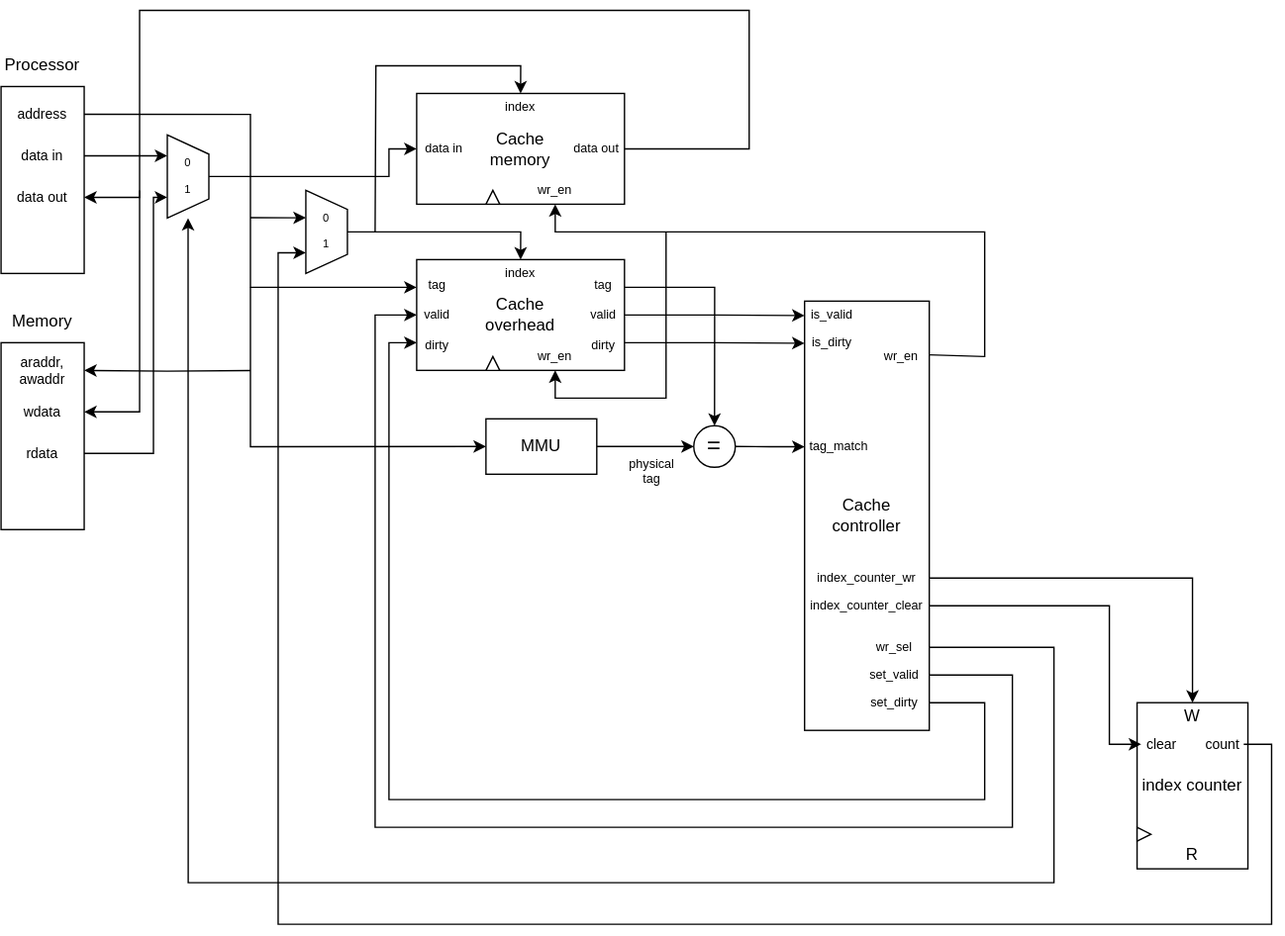
Before: Tayyab/Cache/docs/images/cache_datapath.drawio.svg, a diagram exported from draw.io (medsuet/Xcelerium-IC-Design-Training). Source tidied: cells renumbered, new cells last; positions are measured from the earlier drawing's top-left corner, leaving out a move shared by most shapes.
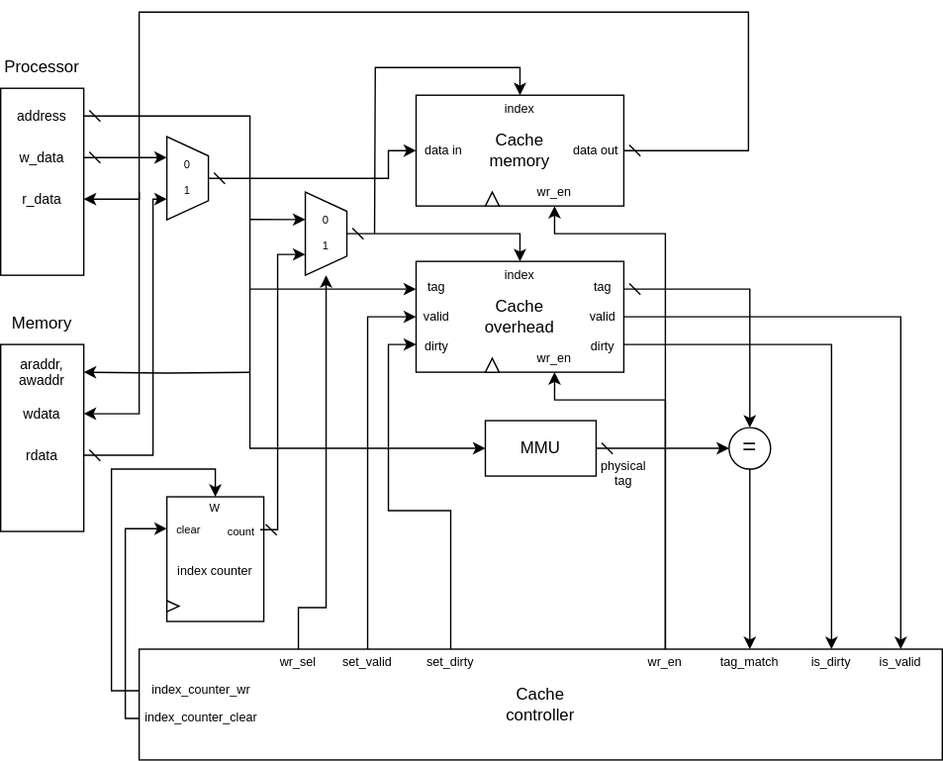
The same file after the commit.

Diff of the diagram source:
```diff
@@ -4,9 +4,7 @@
     <mxCell id="1" parent="0" />
-    <mxCell id="2" style="edgeStyle=orthogonalEdgeStyle;rounded=0;jettySize=auto;html=1;exitX=1;exitY=0.5;exitDx=0;exitDy=0;" parent="1" edge="1" source="3">
-      <mxGeometry relative="1" as="geometry">
-        <mxPoint x="580" y="315.2" as="targetPoint" />
-      </mxGeometry>
-    </mxCell>
+    <mxCell id="72" style="edgeStyle=orthogonalEdgeStyle;rounded=0;jettySize=auto;html=1;exitX=0.5;exitY=1;exitDx=0;exitDy=0;" parent="1" edge="1" source="3" target="49">
+      <mxGeometry relative="1" as="geometry" />
+    </mxCell>
     <mxCell id="3" value="=" style="ellipse;whiteSpace=wrap;html=1;fontSize=17;" parent="1" vertex="1">
-      <mxGeometry x="500" y="300" width="30" height="30" as="geometry" />
+      <mxGeometry x="526" y="300" width="30" height="30" as="geometry" />
     </mxCell>
@@ -18,6 +16,6 @@
     </mxCell>
-    <mxCell id="6" style="edgeStyle=orthogonalEdgeStyle;rounded=0;jettySize=auto;html=1;exitX=1;exitY=0.5;exitDx=0;exitDy=0;entryX=0.75;entryY=1;entryDx=0;entryDy=0;entryPerimeter=0;" parent="1" edge="1" source="7" target="52">
+    <mxCell id="6" style="edgeStyle=orthogonalEdgeStyle;rounded=0;jettySize=auto;html=1;exitX=1;exitY=0.5;exitDx=0;exitDy=0;entryX=0.75;entryY=1;entryDx=0;entryDy=0;entryPerimeter=0;startArrow=dash;startFill=0;" parent="1" edge="1" source="7" target="52">
       <mxGeometry relative="1" as="geometry" />
     </mxCell>
-    <mxCell id="7" value="data in" style="text;html=1;align=center;verticalAlign=middle;whiteSpace=wrap;rounded=0;fontSize=10;" parent="1" vertex="1">
+    <mxCell id="7" value="w_data" style="text;html=1;align=center;verticalAlign=middle;whiteSpace=wrap;rounded=0;fontSize=10;" parent="1" vertex="1">
       <mxGeometry y="90" width="60" height="30" as="geometry" />
@@ -27,3 +25,3 @@
     </mxCell>
-    <mxCell id="9" style="edgeStyle=orthogonalEdgeStyle;rounded=0;jettySize=auto;html=1;exitX=1;exitY=0.5;exitDx=0;exitDy=0;entryX=1;entryY=0.5;entryDx=0;entryDy=0;" parent="1" edge="1" source="15" target="10">
+    <mxCell id="9" style="edgeStyle=orthogonalEdgeStyle;rounded=0;jettySize=auto;html=1;exitX=1;exitY=0.5;exitDx=0;exitDy=0;entryX=1;entryY=0.5;entryDx=0;entryDy=0;startArrow=dash;startFill=0;" parent="1" edge="1" source="15" target="10">
       <mxGeometry relative="1" as="geometry">
@@ -37,3 +35,3 @@
     </mxCell>
-    <mxCell id="10" value="data out" style="text;html=1;align=center;verticalAlign=middle;whiteSpace=wrap;rounded=0;fontSize=10;" parent="1" vertex="1">
+    <mxCell id="10" value="r_data" style="text;html=1;align=center;verticalAlign=middle;whiteSpace=wrap;rounded=0;fontSize=10;" parent="1" vertex="1">
       <mxGeometry y="120" width="60" height="30" as="geometry" />
@@ -78,12 +76,2 @@
     </mxCell>
-    <mxCell id="23" style="edgeStyle=orthogonalEdgeStyle;rounded=0;jettySize=auto;html=1;exitX=1;exitY=0.5;exitDx=0;exitDy=0;" parent="19" edge="1" source="25">
-      <mxGeometry relative="1" as="geometry">
-        <mxPoint x="280" y="40.4" as="targetPoint" />
-      </mxGeometry>
-    </mxCell>
-    <mxCell id="24" style="edgeStyle=orthogonalEdgeStyle;rounded=0;jettySize=auto;html=1;exitX=1;exitY=0.75;exitDx=0;exitDy=0;" parent="19" edge="1" source="25">
-      <mxGeometry relative="1" as="geometry">
-        <mxPoint x="280" y="60.4" as="targetPoint" />
-      </mxGeometry>
-    </mxCell>
     <mxCell id="25" value="tag&lt;div&gt;&lt;br&gt;&lt;div&gt;&lt;div&gt;valid&lt;/div&gt;&lt;div&gt;&lt;br&gt;&lt;/div&gt;&lt;div&gt;dirty&lt;/div&gt;&lt;/div&gt;&lt;/div&gt;" style="text;html=1;align=center;verticalAlign=middle;whiteSpace=wrap;rounded=0;fontSize=9;" parent="19" vertex="1">
@@ -94,11 +82,2 @@
     </mxCell>
-    <mxCell id="27" style="edgeStyle=orthogonalEdgeStyle;rounded=0;jettySize=auto;html=1;exitX=0.5;exitY=1;exitDx=0;exitDy=0;entryX=0.5;entryY=1;entryDx=0;entryDy=0;" parent="19" edge="1" target="28">
-      <mxGeometry relative="1" as="geometry">
-        <mxPoint x="180" y="-20" as="sourcePoint" />
-        <Array as="points">
-          <mxPoint x="180" y="100" />
-          <mxPoint x="100" y="100" />
-        </Array>
-      </mxGeometry>
-    </mxCell>
     <mxCell id="28" value="wr_en" style="text;html=1;align=center;verticalAlign=middle;whiteSpace=wrap;rounded=0;fontSize=9;" parent="19" vertex="1">
@@ -106,3 +85,3 @@
     </mxCell>
-    <mxCell id="29" style="edgeStyle=orthogonalEdgeStyle;rounded=0;jettySize=auto;html=1;exitX=1;exitY=0.25;exitDx=0;exitDy=0;entryX=0.5;entryY=0;entryDx=0;entryDy=0;" parent="1" edge="1" source="25" target="3">
+    <mxCell id="29" style="edgeStyle=orthogonalEdgeStyle;rounded=0;jettySize=auto;html=1;exitX=1;exitY=0.25;exitDx=0;exitDy=0;entryX=0.5;entryY=0;entryDx=0;entryDy=0;startArrow=dash;startFill=0;" parent="1" edge="1" source="25" target="3">
       <mxGeometry relative="1" as="geometry" />
@@ -110,3 +89,3 @@
     <mxCell id="30" value="Cache&lt;div&gt;controller&lt;/div&gt;" style="rounded=0;whiteSpace=wrap;html=1;" parent="1" vertex="1">
-      <mxGeometry x="580" y="210" width="90" height="310" as="geometry" />
+      <mxGeometry x="100" y="460" width="580" height="80" as="geometry" />
     </mxCell>
@@ -141,32 +120,3 @@
     </mxCell>
-    <mxCell id="38" style="edgeStyle=orthogonalEdgeStyle;rounded=0;jettySize=auto;html=1;exitX=1;exitY=0.125;exitDx=0;exitDy=0;entryX=0.5;entryY=1;entryDx=0;entryDy=0;exitPerimeter=0;" parent="1" edge="1" source="30" target="18">
-      <mxGeometry relative="1" as="geometry">
-        <Array as="points">
-          <mxPoint x="710" y="250" />
-          <mxPoint x="710" y="160" />
-          <mxPoint x="400" y="160" />
-        </Array>
-      </mxGeometry>
-    </mxCell>
-    <mxCell id="39" style="edgeStyle=orthogonalEdgeStyle;rounded=0;jettySize=auto;html=1;exitX=1;exitY=0.5;exitDx=0;exitDy=0;entryX=0;entryY=0.5;entryDx=0;entryDy=0;" parent="1" edge="1" source="47" target="26">
-      <mxGeometry relative="1" as="geometry">
-        <Array as="points">
-          <mxPoint x="730" y="480" />
-          <mxPoint x="730" y="590" />
-          <mxPoint x="270" y="590" />
-          <mxPoint x="270" y="220" />
-        </Array>
-      </mxGeometry>
-    </mxCell>
-    <mxCell id="40" style="edgeStyle=orthogonalEdgeStyle;rounded=0;jettySize=auto;html=1;exitX=1;exitY=0.5;exitDx=0;exitDy=0;entryX=0;entryY=0.75;entryDx=0;entryDy=0;" parent="1" edge="1" source="48" target="26">
-      <mxGeometry relative="1" as="geometry">
-        <Array as="points">
-          <mxPoint x="710" y="500" />
-          <mxPoint x="710" y="570" />
-          <mxPoint x="280" y="570" />
-          <mxPoint x="280" y="240" />
-        </Array>
-      </mxGeometry>
-    </mxCell>
-    <mxCell id="41" style="edgeStyle=orthogonalEdgeStyle;rounded=0;jettySize=auto;html=1;entryX=0;entryY=0.5;entryDx=0;entryDy=0;" parent="1" edge="1" source="43" target="3">
+    <mxCell id="41" style="edgeStyle=orthogonalEdgeStyle;rounded=0;jettySize=auto;html=1;entryX=0;entryY=0.5;entryDx=0;entryDy=0;startArrow=dash;startFill=0;" parent="1" edge="1" source="43" target="3">
       <mxGeometry relative="1" as="geometry" />
@@ -184,21 +134,43 @@
     </mxCell>
+    <mxCell id="73" style="edgeStyle=orthogonalEdgeStyle;rounded=0;jettySize=auto;html=1;exitX=0.5;exitY=0;exitDx=0;exitDy=0;entryX=0.5;entryY=1;entryDx=0;entryDy=0;" parent="1" edge="1" source="44" target="28">
+      <mxGeometry relative="1" as="geometry">
+        <Array as="points">
+          <mxPoint x="480" y="280" />
+          <mxPoint x="400" y="280" />
+        </Array>
+      </mxGeometry>
+    </mxCell>
+    <mxCell id="74" style="edgeStyle=orthogonalEdgeStyle;rounded=0;jettySize=auto;html=1;exitX=0.5;exitY=0;exitDx=0;exitDy=0;entryX=0.5;entryY=1;entryDx=0;entryDy=0;" parent="1" edge="1" source="44" target="18">
+      <mxGeometry relative="1" as="geometry">
+        <Array as="points">
+          <mxPoint x="480" y="160" />
+          <mxPoint x="400" y="160" />
+        </Array>
+      </mxGeometry>
+    </mxCell>
     <mxCell id="44" value="wr_en" style="text;html=1;align=center;verticalAlign=middle;whiteSpace=wrap;rounded=0;fontSize=9;" parent="1" vertex="1">
-      <mxGeometry x="630" y="240" width="40" height="20" as="geometry" />
+      <mxGeometry x="460" y="460" width="40" height="20" as="geometry" />
     </mxCell>
     <mxCell id="45" value="is_valid" style="text;html=1;align=center;verticalAlign=middle;whiteSpace=wrap;rounded=0;fontSize=9;" parent="1" vertex="1">
-      <mxGeometry x="580" y="210" width="40" height="20" as="geometry" />
+      <mxGeometry x="630" y="460" width="40" height="20" as="geometry" />
     </mxCell>
     <mxCell id="46" value="is_dirty" style="text;html=1;align=center;verticalAlign=middle;whiteSpace=wrap;rounded=0;fontSize=9;" parent="1" vertex="1">
-      <mxGeometry x="580" y="230" width="40" height="20" as="geometry" />
+      <mxGeometry x="580" y="460" width="40" height="20" as="geometry" />
     </mxCell>
+    <mxCell id="39" style="edgeStyle=orthogonalEdgeStyle;rounded=0;jettySize=auto;html=1;exitX=0.5;exitY=0;exitDx=0;exitDy=0;entryX=0;entryY=0.5;entryDx=0;entryDy=0;" parent="1" edge="1" source="47" target="26">
+      <mxGeometry relative="1" as="geometry" />
+    </mxCell>
     <mxCell id="47" value="set_valid" style="text;html=1;align=center;verticalAlign=middle;whiteSpace=wrap;rounded=0;fontSize=9;" parent="1" vertex="1">
-      <mxGeometry x="620" y="470" width="50" height="20" as="geometry" />
+      <mxGeometry x="240" y="460" width="50" height="20" as="geometry" />
     </mxCell>
+    <mxCell id="40" style="edgeStyle=orthogonalEdgeStyle;rounded=0;jettySize=auto;html=1;exitX=0.5;exitY=0;exitDx=0;exitDy=0;entryX=0;entryY=0.75;entryDx=0;entryDy=0;" parent="1" edge="1" source="48" target="26">
+      <mxGeometry relative="1" as="geometry" />
+    </mxCell>
     <mxCell id="48" value="set_dirty" style="text;html=1;align=center;verticalAlign=middle;whiteSpace=wrap;rounded=0;fontSize=9;" parent="1" vertex="1">
-      <mxGeometry x="620" y="490" width="50" height="20" as="geometry" />
+      <mxGeometry x="300" y="460" width="50" height="20" as="geometry" />
     </mxCell>
     <mxCell id="49" value="tag_match" style="text;html=1;align=center;verticalAlign=middle;whiteSpace=wrap;rounded=0;fontSize=9;" parent="1" vertex="1">
-      <mxGeometry x="580" y="305" width="50" height="20" as="geometry" />
+      <mxGeometry x="516" y="460" width="50" height="20" as="geometry" />
     </mxCell>
-    <mxCell id="50" style="edgeStyle=orthogonalEdgeStyle;rounded=0;jettySize=auto;html=1;exitX=0.5;exitY=0;exitDx=0;exitDy=0;exitPerimeter=0;entryX=0;entryY=0.5;entryDx=0;entryDy=0;" parent="1" edge="1" source="52" target="16">
+    <mxCell id="50" style="edgeStyle=orthogonalEdgeStyle;rounded=0;jettySize=auto;html=1;exitX=0.5;exitY=0;exitDx=0;exitDy=0;exitPerimeter=0;entryX=0;entryY=0.5;entryDx=0;entryDy=0;startArrow=dash;startFill=0;" parent="1" edge="1" source="52" target="16">
       <mxGeometry relative="1" as="geometry">
@@ -210,11 +182,2 @@
     </mxCell>
-    <mxCell id="51" style="edgeStyle=orthogonalEdgeStyle;rounded=0;jettySize=auto;html=1;exitX=1;exitY=0.5;exitDx=0;exitDy=0;entryX=0;entryY=0.5;entryDx=0;entryDy=0;entryPerimeter=0;" parent="1" edge="1" source="54" target="52">
-      <mxGeometry relative="1" as="geometry">
-        <Array as="points">
-          <mxPoint x="760" y="460" />
-          <mxPoint x="760" y="630" />
-          <mxPoint x="135" y="630" />
-        </Array>
-      </mxGeometry>
-    </mxCell>
     <mxCell id="52" value="&lt;font style=&quot;font-size: 8px;&quot;&gt;0&lt;/font&gt;&lt;div&gt;&lt;br&gt;&lt;/div&gt;&lt;div&gt;&lt;div style=&quot;font-size: 8px;&quot;&gt;&lt;font style=&quot;font-size: 8px;&quot;&gt;1&lt;/font&gt;&lt;/div&gt;&lt;/div&gt;" style="verticalLabelPosition=middle;verticalAlign=middle;html=1;shape=trapezoid;perimeter=trapezoidPerimeter;whiteSpace=wrap;size=0.23;arcSize=10;flipV=1;labelPosition=center;align=center;direction=south;fontSize=8;points=[[0,0.5,0,0,0],[0.25,1,0,0,0],[0.5,0,0,0,0],[0.75,1,0,0,0],[1,0.5,0,0,0]];" parent="1" vertex="1">
@@ -222,3 +185,3 @@
     </mxCell>
-    <mxCell id="53" style="edgeStyle=orthogonalEdgeStyle;rounded=0;jettySize=auto;html=1;exitX=1;exitY=0.5;exitDx=0;exitDy=0;entryX=0.25;entryY=1;entryDx=0;entryDy=0;entryPerimeter=0;" parent="1" edge="1" source="37" target="52">
+    <mxCell id="53" style="edgeStyle=orthogonalEdgeStyle;rounded=0;jettySize=auto;html=1;exitX=1;exitY=0.5;exitDx=0;exitDy=0;entryX=0.25;entryY=1;entryDx=0;entryDy=0;entryPerimeter=0;startArrow=dash;startFill=0;" parent="1" edge="1" source="37" target="52">
       <mxGeometry relative="1" as="geometry">
@@ -231,29 +194,26 @@
     <mxCell id="54" value="wr_sel" style="text;html=1;align=center;verticalAlign=middle;whiteSpace=wrap;rounded=0;fontSize=9;" parent="1" vertex="1">
-      <mxGeometry x="620" y="450" width="50" height="20" as="geometry" />
+      <mxGeometry x="190" y="460" width="50" height="20" as="geometry" />
     </mxCell>
     <mxCell id="55" value="physical tag" style="text;html=1;align=center;verticalAlign=middle;whiteSpace=wrap;rounded=0;fontSize=9;" parent="1" vertex="1">
-      <mxGeometry x="450" y="320" width="40" height="25" as="geometry" />
+      <mxGeometry x="430" y="320" width="40" height="25" as="geometry" />
     </mxCell>
     <mxCell id="56" style="group;" parent="1" vertex="1">
-      <mxGeometry x="820" y="500" width="80" height="120" as="geometry" />
+      <mxGeometry x="120" y="350" width="70" height="95" as="geometry" />
     </mxCell>
-    <mxCell id="57" value="index counter" style="rounded=0;whiteSpace=wrap;html=1;" parent="56" vertex="1">
-      <mxGeometry width="80" height="120" as="geometry" />
+    <mxCell id="57" value="&lt;div&gt;&lt;font style=&quot;font-size: 9px;&quot;&gt;&lt;br&gt;&lt;/font&gt;&lt;/div&gt;&lt;font style=&quot;font-size: 9px;&quot;&gt;index counter&lt;/font&gt;" style="rounded=0;whiteSpace=wrap;html=1;" parent="56" vertex="1">
+      <mxGeometry width="70" height="90" as="geometry" />
     </mxCell>
-    <mxCell id="58" value="&lt;font style=&quot;font-size: 10px;&quot;&gt;clear&lt;/font&gt;" style="text;html=1;align=center;verticalAlign=middle;whiteSpace=wrap;rounded=0;" parent="56" vertex="1">
-      <mxGeometry x="3" y="20" width="30" height="20" as="geometry" />
+    <mxCell id="58" value="&lt;font style=&quot;font-size: 8px;&quot;&gt;clear&lt;/font&gt;" style="text;html=1;align=center;verticalAlign=middle;whiteSpace=wrap;rounded=0;fontSize=8;" parent="56" vertex="1">
+      <mxGeometry x="2.6" y="15.8" width="26.2" height="15.8" as="geometry" />
     </mxCell>
-    <mxCell id="59" value="&lt;font style=&quot;font-size: 10px;&quot;&gt;count&lt;/font&gt;" style="text;html=1;align=center;verticalAlign=middle;whiteSpace=wrap;rounded=0;" parent="56" vertex="1">
-      <mxGeometry x="47" y="20" width="30" height="20" as="geometry" />
+    <mxCell id="59" value="&lt;font style=&quot;font-size: 8px;&quot;&gt;count&lt;/font&gt;" style="text;html=1;align=center;verticalAlign=middle;whiteSpace=wrap;rounded=0;" parent="56" vertex="1">
+      <mxGeometry x="41.1" y="15.8" width="26.2" height="15.8" as="geometry" />
     </mxCell>
-    <mxCell id="60" value="R" style="text;html=1;align=center;verticalAlign=middle;whiteSpace=wrap;rounded=0;" parent="56" vertex="1">
-      <mxGeometry x="30" y="100" width="20" height="20" as="geometry" />
-    </mxCell>
-    <mxCell id="61" value="W" style="text;html=1;align=center;verticalAlign=middle;whiteSpace=wrap;rounded=0;" parent="56" vertex="1">
-      <mxGeometry x="30" width="20" height="20" as="geometry" />
+    <mxCell id="61" value="W" style="text;html=1;align=center;verticalAlign=middle;whiteSpace=wrap;rounded=0;fontSize=8;" parent="56" vertex="1">
+      <mxGeometry x="26.2" width="17.5" height="15.8" as="geometry" />
     </mxCell>
     <mxCell id="62" style="triangle;whiteSpace=wrap;html=1;" parent="56" vertex="1">
-      <mxGeometry y="90" width="10" height="10" as="geometry" />
+      <mxGeometry y="75" width="8.8" height="7.9" as="geometry" />
     </mxCell>
-    <mxCell id="63" style="edgeStyle=orthogonalEdgeStyle;rounded=0;jettySize=auto;html=1;exitX=0.5;exitY=0;exitDx=0;exitDy=0;exitPerimeter=0;entryX=0.5;entryY=0;entryDx=0;entryDy=0;" parent="1" edge="1" source="65" target="22">
+    <mxCell id="63" style="edgeStyle=orthogonalEdgeStyle;rounded=0;jettySize=auto;html=1;exitX=0.5;exitY=0;exitDx=0;exitDy=0;exitPerimeter=0;entryX=0.5;entryY=0;entryDx=0;entryDy=0;startArrow=dash;startFill=0;" parent="1" edge="1" source="65" target="22">
       <mxGeometry relative="1" as="geometry" />
@@ -273,3 +233,3 @@
     </mxCell>
-    <mxCell id="66" style="edgeStyle=orthogonalEdgeStyle;rounded=0;jettySize=auto;html=1;exitX=1;exitY=0.5;exitDx=0;exitDy=0;entryX=0;entryY=0.25;entryDx=0;entryDy=0;" parent="1" edge="1" source="5" target="26">
+    <mxCell id="66" style="edgeStyle=orthogonalEdgeStyle;rounded=0;jettySize=auto;html=1;exitX=1;exitY=0.5;exitDx=0;exitDy=0;entryX=0;entryY=0.25;entryDx=0;entryDy=0;startArrow=dash;startFill=0;" parent="1" edge="1" source="5" target="26">
       <mxGeometry relative="1" as="geometry">
@@ -281,8 +241,27 @@
     </mxCell>
+    <mxCell id="69" style="edgeStyle=orthogonalEdgeStyle;rounded=0;jettySize=auto;html=1;exitX=0;exitY=0.5;exitDx=0;exitDy=0;entryX=0.5;entryY=0;entryDx=0;entryDy=0;" parent="1" edge="1" source="68" target="61">
+      <mxGeometry relative="1" as="geometry">
+        <Array as="points">
+          <mxPoint x="80" y="490" />
+          <mxPoint x="80" y="330" />
+          <mxPoint x="155" y="330" />
+        </Array>
+      </mxGeometry>
+    </mxCell>
+    <mxCell id="68" value="index_counter_wr" style="text;html=1;align=center;verticalAlign=middle;whiteSpace=wrap;rounded=0;fontSize=9;" parent="1" vertex="1">
+      <mxGeometry x="100" y="480" width="90" height="20" as="geometry" />
+    </mxCell>
+    <mxCell id="70" value="index_counter_clear" style="text;html=1;align=center;verticalAlign=middle;whiteSpace=wrap;rounded=0;fontSize=9;" parent="1" vertex="1">
+      <mxGeometry x="100" y="500" width="90" height="20" as="geometry" />
+    </mxCell>
+    <mxCell id="24" style="edgeStyle=orthogonalEdgeStyle;rounded=0;jettySize=auto;html=1;exitX=1;exitY=0.75;exitDx=0;exitDy=0;entryX=0.5;entryY=0;entryDx=0;entryDy=0;" parent="1" edge="1" source="25" target="46">
+      <mxGeometry relative="1" as="geometry" />
+    </mxCell>
+    <mxCell id="23" style="edgeStyle=orthogonalEdgeStyle;rounded=0;jettySize=auto;html=1;exitX=1;exitY=0.5;exitDx=0;exitDy=0;entryX=0.5;entryY=0;entryDx=0;entryDy=0;" parent="1" edge="1" source="25" target="45">
+      <mxGeometry relative="1" as="geometry" />
+    </mxCell>
-    <mxCell id="67" style="edgeStyle=orthogonalEdgeStyle;rounded=0;jettySize=auto;html=1;exitX=1;exitY=0.5;exitDx=0;exitDy=0;entryX=0.25;entryY=1;entryDx=0;entryDy=0;entryPerimeter=0;" parent="1" edge="1" source="59" target="65">
+    <mxCell id="67" style="edgeStyle=orthogonalEdgeStyle;rounded=0;jettySize=auto;html=1;exitX=1;exitY=0.5;exitDx=0;exitDy=0;entryX=0.25;entryY=1;entryDx=0;entryDy=0;entryPerimeter=0;startArrow=dash;startFill=0;" parent="1" edge="1" source="59" target="65">
       <mxGeometry relative="1" as="geometry">
         <Array as="points">
-          <mxPoint x="917" y="530" />
-          <mxPoint x="917" y="660" />
-          <mxPoint x="200" y="660" />
+          <mxPoint x="200" y="374" />
           <mxPoint x="200" y="175" />
@@ -291,19 +270,19 @@
     </mxCell>
-    <mxCell id="68" value="index_counter_wr" style="text;html=1;align=center;verticalAlign=middle;whiteSpace=wrap;rounded=0;fontSize=9;" parent="1" vertex="1">
-      <mxGeometry x="580" y="400" width="90" height="20" as="geometry" />
-    </mxCell>
-    <mxCell id="69" style="edgeStyle=orthogonalEdgeStyle;rounded=0;jettySize=auto;html=1;exitX=1;exitY=0.5;exitDx=0;exitDy=0;entryX=0.5;entryY=0;entryDx=0;entryDy=0;" parent="1" edge="1" source="68" target="61">
-      <mxGeometry relative="1" as="geometry" />
-    </mxCell>
-    <mxCell id="70" value="index_counter_clear" style="text;html=1;align=center;verticalAlign=middle;whiteSpace=wrap;rounded=0;fontSize=9;" parent="1" vertex="1">
-      <mxGeometry x="580" y="420" width="90" height="20" as="geometry" />
-    </mxCell>
-    <mxCell id="71" style="edgeStyle=orthogonalEdgeStyle;rounded=0;jettySize=auto;html=1;exitX=1;exitY=0.5;exitDx=0;exitDy=0;entryX=0;entryY=0.5;entryDx=0;entryDy=0;" parent="1" edge="1" source="70" target="58">
-      <mxGeometry relative="1" as="geometry">
-        <Array as="points">
-          <mxPoint x="800" y="430" />
-          <mxPoint x="800" y="530" />
-        </Array>
-      </mxGeometry>
-    </mxCell>
+    <mxCell id="75" style="edgeStyle=orthogonalEdgeStyle;rounded=0;jettySize=auto;html=1;exitX=0.5;exitY=0;exitDx=0;exitDy=0;entryX=0;entryY=0.5;entryDx=0;entryDy=0;entryPerimeter=0;" parent="1" edge="1" source="54" target="65">
+      <mxGeometry relative="1" as="geometry">
+        <Array as="points">
+          <mxPoint x="215" y="430" />
+          <mxPoint x="235" y="430" />
+        </Array>
+      </mxGeometry>
+    </mxCell>
+    <mxCell id="76" style="edgeStyle=orthogonalEdgeStyle;rounded=0;jettySize=auto;html=1;exitX=0;exitY=0.5;exitDx=0;exitDy=0;" parent="1" edge="1" source="70">
+      <mxGeometry relative="1" as="geometry">
+        <mxPoint x="120" y="373" as="targetPoint" />
+        <Array as="points">
+          <mxPoint x="90" y="510" />
+          <mxPoint x="90" y="373" />
+        </Array>
+      </mxGeometry>
+    </mxCell>
   </root>
```
